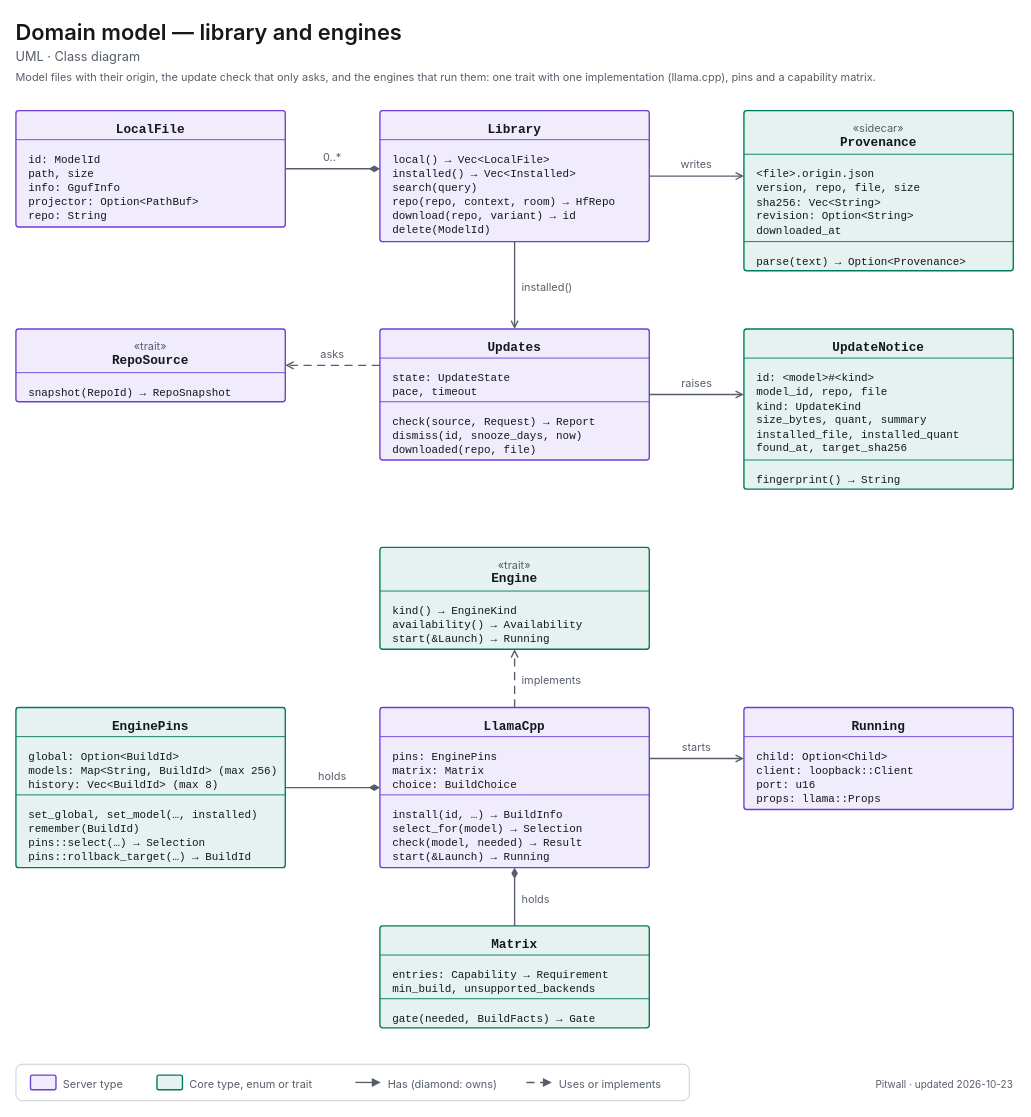
Before: apps/pitwall/docs/diagrams/uml-class-library.drawio in decryp7/paddock, a draw.io diagram. Source tidied: cells renumbered, new cells numbered last; positions are measured from the earlier drawing's top-left corner, leaving out a move shared by most shapes. Both pictures are drawn from the tidied source at 91%, with x=0, y=0 at pixel (15, 15).
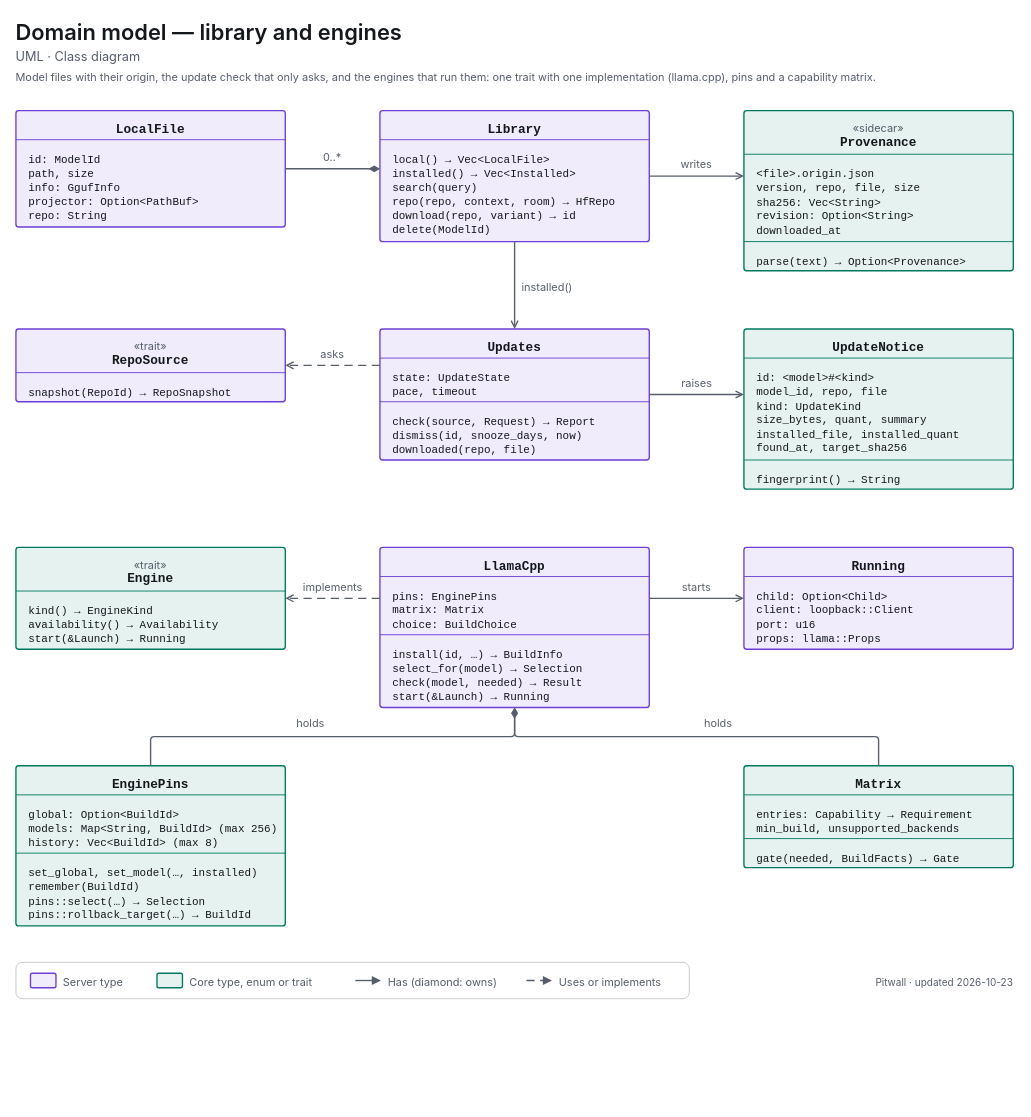
Above is the later version.

Commit message (it also covers changes not shown here):
docs: re-lay out the library class diagram after the engine removals; screenshot capture resets horizontal scroll

Change to the diagram source:
```diff
@@
     <mxCell id="29" value="&lt;span style=&quot;font-size:12px;color:light-dark(#565E6B,#A0A7B2)&quot;&gt;«trait»&lt;/span&gt;&lt;br&gt;&lt;span style=&quot;font-size:14px;font-weight:600;font-family:ui-monospace,SF Mono,Cascadia Mono,Consolas,monospace&quot;&gt;Engine&lt;/span&gt;" style="html=1;whiteSpace=wrap;fontFamily=-apple-system,BlinkMacSystemFont,Segoe UI,system-ui,sans-serif;fontSize=12;fontColor=light-dark(#14171C,#ECEEF1);rounded=1;absoluteArcSize=1;arcSize=6;strokeWidth=1.5;strokeColor=light-dark(#007A5E,#2EC4A0);fillColor=light-dark(#E6F2EF,#193330);align=center;verticalAlign=top;spacingTop=6;" parent="1" vertex="1">
-      <mxGeometry x="400" y="584" width="296" height="112" as="geometry" />
+      <mxGeometry y="584" width="296" height="112" as="geometry" />
     </mxCell>
     <mxCell id="30" style="endArrow=none;html=1;strokeWidth=1;strokeColor=light-dark(#007A5E,#2EC4A0);" parent="1" edge="1">
       <mxGeometry relative="1" as="geometry">
-        <mxPoint x="400" y="632" as="sourcePoint" />
-        <mxPoint x="696" y="632" as="targetPoint" />
+        <mxPoint y="632" as="sourcePoint" />
+        <mxPoint x="296" y="632" as="targetPoint" />
       </mxGeometry>
     </mxCell>
     <mxCell id="31" value="&lt;span style=&quot;font-family:ui-monospace,SF Mono,Cascadia Mono,Consolas,monospace;font-size:12px&quot;&gt;kind()&amp;nbsp;→&amp;nbsp;EngineKind&lt;br&gt;availability()&amp;nbsp;→&amp;nbsp;Availability&lt;br&gt;start(&amp;amp;Launch)&amp;nbsp;→&amp;nbsp;Running&lt;/span&gt;" style="html=1;whiteSpace=wrap;fontFamily=-apple-system,BlinkMacSystemFont,Segoe UI,system-ui,sans-serif;fontSize=12;fontColor=light-dark(#14171C,#ECEEF1);text;strokeColor=none;fillColor=none;align=left;verticalAlign=top;spacingLeft=12;spacingTop=8;" parent="1" vertex="1">
-      <mxGeometry x="400" y="632" width="296" height="64" as="geometry" />
+      <mxGeometry y="632" width="296" height="64" as="geometry" />
     </mxCell>
     <mxCell id="32" value="&lt;span style=&quot;font-size:14px;font-weight:600;font-family:ui-monospace,SF Mono,Cascadia Mono,Consolas,monospace&quot;&gt;EnginePins&lt;/span&gt;" style="html=1;whiteSpace=wrap;fontFamily=-apple-system,BlinkMacSystemFont,Segoe UI,system-ui,sans-serif;fontSize=12;fontColor=light-dark(#14171C,#ECEEF1);rounded=1;absoluteArcSize=1;arcSize=6;strokeWidth=1.5;strokeColor=light-dark(#007A5E,#2EC4A0);fillColor=light-dark(#E6F2EF,#193330);align=center;verticalAlign=top;spacingTop=6;" parent="1" vertex="1">
-      <mxGeometry y="760" width="296" height="176" as="geometry" />
+      <mxGeometry y="824" width="296" height="176" as="geometry" />
     </mxCell>
     <mxCell id="33" style="endArrow=none;html=1;strokeWidth=1;strokeColor=light-dark(#007A5E,#2EC4A0);" parent="1" edge="1">
       <mxGeometry relative="1" as="geometry">
-        <mxPoint y="792" as="sourcePoint" />
-        <mxPoint x="296" y="792" as="targetPoint" />
+        <mxPoint y="856" as="sourcePoint" />
+        <mxPoint x="296" y="856" as="targetPoint" />
       </mxGeometry>
     </mxCell>
     <mxCell id="34" value="&lt;span style=&quot;font-family:ui-monospace,SF Mono,Cascadia Mono,Consolas,monospace;font-size:12px&quot;&gt;global:&amp;nbsp;Option&amp;lt;BuildId&amp;gt;&lt;br&gt;models:&amp;nbsp;Map&amp;lt;String,&amp;nbsp;BuildId&amp;gt;&amp;nbsp;(max&amp;nbsp;256)&lt;br&gt;history:&amp;nbsp;Vec&amp;lt;BuildId&amp;gt;&amp;nbsp;(max&amp;nbsp;8)&lt;/span&gt;" style="html=1;whiteSpace=wrap;fontFamily=-apple-system,BlinkMacSystemFont,Segoe UI,system-ui,sans-serif;fontSize=12;fontColor=light-dark(#14171C,#ECEEF1);text;strokeColor=none;fillColor=none;align=left;verticalAlign=top;spacingLeft=12;spacingTop=8;" parent="1" vertex="1">
-      <mxGeometry y="792" width="296" height="64" as="geometry" />
+      <mxGeometry y="856" width="296" height="64" as="geometry" />
     </mxCell>
     <mxCell id="35" style="endArrow=none;html=1;strokeWidth=1;strokeColor=light-dark(#007A5E,#2EC4A0);" parent="1" edge="1">
       <mxGeometry relative="1" as="geometry">
-        <mxPoint y="856" as="sourcePoint" />
-        <mxPoint x="296" y="856" as="targetPoint" />
+        <mxPoint y="920" as="sourcePoint" />
+        <mxPoint x="296" y="920" as="targetPoint" />
       </mxGeometry>
     </mxCell>
     <mxCell id="36" value="&lt;span style=&quot;font-family:ui-monospace,SF Mono,Cascadia Mono,Consolas,monospace;font-size:12px&quot;&gt;set_global,&amp;nbsp;set_model(…,&amp;nbsp;installed)&lt;br&gt;remember(BuildId)&lt;br&gt;pins::select(…)&amp;nbsp;→&amp;nbsp;Selection&lt;br&gt;pins::rollback_target(…)&amp;nbsp;→&amp;nbsp;BuildId&lt;/span&gt;" style="html=1;whiteSpace=wrap;fontFamily=-apple-system,BlinkMacSystemFont,Segoe UI,system-ui,sans-serif;fontSize=12;fontColor=light-dark(#14171C,#ECEEF1);text;strokeColor=none;fillColor=none;align=left;verticalAlign=top;spacingLeft=12;spacingTop=8;" parent="1" vertex="1">
-      <mxGeometry y="856" width="296" height="80" as="geometry" />
+      <mxGeometry y="920" width="296" height="80" as="geometry" />
     </mxCell>
     <mxCell id="37" value="&lt;span style=&quot;font-size:14px;font-weight:600;font-family:ui-monospace,SF Mono,Cascadia Mono,Consolas,monospace&quot;&gt;LlamaCpp&lt;/span&gt;" style="html=1;whiteSpace=wrap;fontFamily=-apple-system,BlinkMacSystemFont,Segoe UI,system-ui,sans-serif;fontSize=12;fontColor=light-dark(#14171C,#ECEEF1);rounded=1;absoluteArcSize=1;arcSize=6;strokeWidth=1.5;strokeColor=light-dark(#6D3FD6,#A58BFA);fillColor=light-dark(#F0ECFB,#2C2A3F);align=center;verticalAlign=top;spacingTop=6;" parent="1" vertex="1">
-      <mxGeometry x="400" y="760" width="296" height="176" as="geometry" />
+      <mxGeometry x="400" y="584" width="296" height="176" as="geometry" />
     </mxCell>
     <mxCell id="38" style="endArrow=none;html=1;strokeWidth=1;strokeColor=light-dark(#6D3FD6,#A58BFA);" parent="1" edge="1">
       <mxGeometry relative="1" as="geometry">
-        <mxPoint x="400" y="792" as="sourcePoint" />
-        <mxPoint x="696" y="792" as="targetPoint" />
+        <mxPoint x="400" y="616" as="sourcePoint" />
+        <mxPoint x="696" y="616" as="targetPoint" />
       </mxGeometry>
     </mxCell>
     <mxCell id="39" value="&lt;span style=&quot;font-family:ui-monospace,SF Mono,Cascadia Mono,Consolas,monospace;font-size:12px&quot;&gt;pins:&amp;nbsp;EnginePins&lt;br&gt;matrix:&amp;nbsp;Matrix&lt;br&gt;choice:&amp;nbsp;BuildChoice&lt;/span&gt;" style="html=1;whiteSpace=wrap;fontFamily=-apple-system,BlinkMacSystemFont,Segoe UI,system-ui,sans-serif;fontSize=12;fontColor=light-dark(#14171C,#ECEEF1);text;strokeColor=none;fillColor=none;align=left;verticalAlign=top;spacingLeft=12;spacingTop=8;" parent="1" vertex="1">
-      <mxGeometry x="400" y="792" width="296" height="64" as="geometry" />
+      <mxGeometry x="400" y="616" width="296" height="64" as="geometry" />
     </mxCell>
     <mxCell id="40" style="endArrow=none;html=1;strokeWidth=1;strokeColor=light-dark(#6D3FD6,#A58BFA);" parent="1" edge="1">
       <mxGeometry relative="1" as="geometry">
-        <mxPoint x="400" y="856" as="sourcePoint" />
-        <mxPoint x="696" y="856" as="targetPoint" />
+        <mxPoint x="400" y="680" as="sourcePoint" />
+        <mxPoint x="696" y="680" as="targetPoint" />
       </mxGeometry>
     </mxCell>
     <mxCell id="41" value="&lt;span style=&quot;font-family:ui-monospace,SF Mono,Cascadia Mono,Consolas,monospace;font-size:12px&quot;&gt;install(id,&amp;nbsp;…)&amp;nbsp;→&amp;nbsp;BuildInfo&lt;br&gt;select_for(model)&amp;nbsp;→&amp;nbsp;Selection&lt;br&gt;check(model,&amp;nbsp;needed)&amp;nbsp;→&amp;nbsp;Result&lt;br&gt;start(&amp;amp;Launch)&amp;nbsp;→&amp;nbsp;Running&lt;/span&gt;" style="html=1;whiteSpace=wrap;fontFamily=-apple-system,BlinkMacSystemFont,Segoe UI,system-ui,sans-serif;fontSize=12;fontColor=light-dark(#14171C,#ECEEF1);text;strokeColor=none;fillColor=none;align=left;verticalAlign=top;spacingLeft=12;spacingTop=8;" parent="1" vertex="1">
-      <mxGeometry x="400" y="856" width="296" height="80" as="geometry" />
+      <mxGeometry x="400" y="680" width="296" height="80" as="geometry" />
     </mxCell>
     <mxCell id="42" value="&lt;span style=&quot;font-size:14px;font-weight:600;font-family:ui-monospace,SF Mono,Cascadia Mono,Consolas,monospace&quot;&gt;Running&lt;/span&gt;" style="html=1;whiteSpace=wrap;fontFamily=-apple-system,BlinkMacSystemFont,Segoe UI,system-ui,sans-serif;fontSize=12;fontColor=light-dark(#14171C,#ECEEF1);rounded=1;absoluteArcSize=1;arcSize=6;strokeWidth=1.5;strokeColor=light-dark(#6D3FD6,#A58BFA);fillColor=light-dark(#F0ECFB,#2C2A3F);align=center;verticalAlign=top;spacingTop=6;" parent="1" vertex="1">
-      <mxGeometry x="800" y="760" width="296" height="112" as="geometry" />
+      <mxGeometry x="800" y="584" width="296" height="112" as="geometry" />
     </mxCell>
     <mxCell id="43" style="endArrow=none;html=1;strokeWidth=1;strokeColor=light-dark(#6D3FD6,#A58BFA);" parent="1" edge="1">
       <mxGeometry relative="1" as="geometry">
-        <mxPoint x="800" y="792" as="sourcePoint" />
-        <mxPoint x="1096" y="792" as="targetPoint" />
+        <mxPoint x="800" y="616" as="sourcePoint" />
+        <mxPoint x="1096" y="616" as="targetPoint" />
       </mxGeometry>
     </mxCell>
     <mxCell id="44" value="&lt;span style=&quot;font-family:ui-monospace,SF Mono,Cascadia Mono,Consolas,monospace;font-size:12px&quot;&gt;child:&amp;nbsp;Option&amp;lt;Child&amp;gt;&lt;br&gt;client:&amp;nbsp;loopback::Client&lt;br&gt;port:&amp;nbsp;u16&lt;br&gt;props:&amp;nbsp;llama::Props&lt;/span&gt;" style="html=1;whiteSpace=wrap;fontFamily=-apple-system,BlinkMacSystemFont,Segoe UI,system-ui,sans-serif;fontSize=12;fontColor=light-dark(#14171C,#ECEEF1);text;strokeColor=none;fillColor=none;align=left;verticalAlign=top;spacingLeft=12;spacingTop=8;" parent="1" vertex="1">
-      <mxGeometry x="800" y="792" width="296" height="80" as="geometry" />
+      <mxGeometry x="800" y="616" width="296" height="80" as="geometry" />
     </mxCell>
     <mxCell id="45" value="&lt;span style=&quot;font-size:14px;font-weight:600;font-family:ui-monospace,SF Mono,Cascadia Mono,Consolas,monospace&quot;&gt;Matrix&lt;/span&gt;" style="html=1;whiteSpace=wrap;fontFamily=-apple-system,BlinkMacSystemFont,Segoe UI,system-ui,sans-serif;fontSize=12;fontColor=light-dark(#14171C,#ECEEF1);rounded=1;absoluteArcSize=1;arcSize=6;strokeWidth=1.5;strokeColor=light-dark(#007A5E,#2EC4A0);fillColor=light-dark(#E6F2EF,#193330);align=center;verticalAlign=top;spacingTop=6;" parent="1" vertex="1">
-      <mxGeometry x="400" y="1000" width="296" height="112" as="geometry" />
+      <mxGeometry x="800" y="824" width="296" height="112" as="geometry" />
     </mxCell>
     <mxCell id="46" style="endArrow=none;html=1;strokeWidth=1;strokeColor=light-dark(#007A5E,#2EC4A0);" parent="1" edge="1">
       <mxGeometry relative="1" as="geometry">
-        <mxPoint x="400" y="1032" as="sourcePoint" />
-        <mxPoint x="696" y="1032" as="targetPoint" />
+        <mxPoint x="800" y="856" as="sourcePoint" />
+        <mxPoint x="1096" y="856" as="targetPoint" />
       </mxGeometry>
     </mxCell>
     <mxCell id="47" value="&lt;span style=&quot;font-family:ui-monospace,SF Mono,Cascadia Mono,Consolas,monospace;font-size:12px&quot;&gt;entries:&amp;nbsp;Capability&amp;nbsp;→&amp;nbsp;Requirement&lt;br&gt;min_build,&amp;nbsp;unsupported_backends&lt;/span&gt;" style="html=1;whiteSpace=wrap;fontFamily=-apple-system,BlinkMacSystemFont,Segoe UI,system-ui,sans-serif;fontSize=12;fontColor=light-dark(#14171C,#ECEEF1);text;strokeColor=none;fillColor=none;align=left;verticalAlign=top;spacingLeft=12;spacingTop=8;" parent="1" vertex="1">
-      <mxGeometry x="400" y="1032" width="296" height="48" as="geometry" />
+      <mxGeometry x="800" y="856" width="296" height="48" as="geometry" />
     </mxCell>
     <mxCell id="48" style="endArrow=none;html=1;strokeWidth=1;strokeColor=light-dark(#007A5E,#2EC4A0);" parent="1" edge="1">
       <mxGeometry relative="1" as="geometry">
-        <mxPoint x="400" y="1080" as="sourcePoint" />
-        <mxPoint x="696" y="1080" as="targetPoint" />
+        <mxPoint x="800" y="904" as="sourcePoint" />
+        <mxPoint x="1096" y="904" as="targetPoint" />
       </mxGeometry>
     </mxCell>
     <mxCell id="49" value="&lt;span style=&quot;font-family:ui-monospace,SF Mono,Cascadia Mono,Consolas,monospace;font-size:12px&quot;&gt;gate(needed,&amp;nbsp;BuildFacts)&amp;nbsp;→&amp;nbsp;Gate&lt;/span&gt;" style="html=1;whiteSpace=wrap;fontFamily=-apple-system,BlinkMacSystemFont,Segoe UI,system-ui,sans-serif;fontSize=12;fontColor=light-dark(#14171C,#ECEEF1);text;strokeColor=none;fillColor=none;align=left;verticalAlign=top;spacingLeft=12;spacingTop=8;" parent="1" vertex="1">
-      <mxGeometry x="400" y="1080" width="296" height="32" as="geometry" />
+      <mxGeometry x="800" y="904" width="296" height="32" as="geometry" />
     </mxCell>
@@
-    <mxCell id="60" style="edgeStyle=orthogonalEdgeStyle;rounded=1;arcSize=8;jettySize=auto;html=1;strokeWidth=1.5;strokeColor=light-dark(#565E6B,#A0A7B2);endArrow=open;endFill=0;endSize=6;startArrow=none;startFill=0;startSize=8;dashed=1;dashPattern=6 4;exitX=0.5000;exitY=0.0000;exitDx=0;exitDy=0;exitPerimeter=0;entryX=0.5000;entryY=1.0000;entryDx=0;entryDy=0;entryPerimeter=0;" parent="1" edge="1" source="37" target="29">
+    <mxCell id="60" style="edgeStyle=orthogonalEdgeStyle;rounded=1;arcSize=8;jettySize=auto;html=1;strokeWidth=1.5;strokeColor=light-dark(#565E6B,#A0A7B2);endArrow=open;endFill=0;endSize=6;startArrow=none;startFill=0;startSize=8;dashed=1;dashPattern=6 4;exitX=0.0000;exitY=0.3182;exitDx=0;exitDy=0;exitPerimeter=0;entryX=1.0000;entryY=0.5000;entryDx=0;entryDy=0;entryPerimeter=0;" parent="1" edge="1" source="37" target="29">
       <mxGeometry relative="1" as="geometry" />
     </mxCell>
-    <mxCell id="61" value="&lt;span style=&quot;font-size:12px;font-weight:400&quot;&gt;implements&lt;/span&gt;" style="html=1;whiteSpace=wrap;fontFamily=-apple-system,BlinkMacSystemFont,Segoe UI,system-ui,sans-serif;fontSize=12;fontColor=light-dark(#14171C,#ECEEF1);text;strokeColor=none;fillColor=none;align=left;verticalAlign=top;spacing=0;fontColor=light-dark(#565E6B,#A0A7B2);" parent="1" vertex="1">
-      <mxGeometry x="556" y="719" width="81" height="18" as="geometry" />
+    <mxCell id="61" value="&lt;span style=&quot;font-size:12px;font-weight:400&quot;&gt;implements&lt;/span&gt;" style="html=1;whiteSpace=wrap;fontFamily=-apple-system,BlinkMacSystemFont,Segoe UI,system-ui,sans-serif;fontSize=12;fontColor=light-dark(#14171C,#ECEEF1);text;strokeColor=none;fillColor=none;align=center;verticalAlign=top;spacing=0;fontColor=light-dark(#565E6B,#A0A7B2);" parent="1" vertex="1">
+      <mxGeometry x="308" y="616" width="81" height="18" as="geometry" />
     </mxCell>
-    <mxCell id="62" style="edgeStyle=orthogonalEdgeStyle;rounded=1;arcSize=8;jettySize=auto;html=1;strokeWidth=1.5;strokeColor=light-dark(#565E6B,#A0A7B2);endArrow=none;endFill=0;endSize=6;startArrow=diamondThin;startFill=1;startSize=8;exitX=0.0000;exitY=0.5000;exitDx=0;exitDy=0;exitPerimeter=0;entryX=1.0000;entryY=0.5000;entryDx=0;entryDy=0;entryPerimeter=0;" parent="1" edge="1" source="37" target="32">
+    <mxCell id="62" style="edgeStyle=orthogonalEdgeStyle;rounded=1;arcSize=8;jettySize=auto;html=1;strokeWidth=1.5;strokeColor=light-dark(#565E6B,#A0A7B2);endArrow=none;endFill=0;endSize=6;startArrow=diamondThin;startFill=1;startSize=8;exitX=0.5000;exitY=1.0000;exitDx=0;exitDy=0;exitPerimeter=0;entryX=0.5000;entryY=0.0000;entryDx=0;entryDy=0;entryPerimeter=0;" parent="1" edge="1" source="37" target="32">
       <mxGeometry relative="1" as="geometry" />
     </mxCell>
     <mxCell id="63" value="&lt;span style=&quot;font-size:12px;font-weight:400&quot;&gt;holds&lt;/span&gt;" style="html=1;whiteSpace=wrap;fontFamily=-apple-system,BlinkMacSystemFont,Segoe UI,system-ui,sans-serif;fontSize=12;fontColor=light-dark(#14171C,#ECEEF1);text;strokeColor=none;fillColor=none;align=center;verticalAlign=top;spacing=0;fontColor=light-dark(#565E6B,#A0A7B2);" parent="1" vertex="1">
-      <mxGeometry x="328" y="824" width="40" height="18" as="geometry" />
+      <mxGeometry x="304" y="766" width="40" height="18" as="geometry" />
     </mxCell>
@@
     <mxCell id="65" value="&lt;span style=&quot;font-size:12px;font-weight:400&quot;&gt;starts&lt;/span&gt;" style="html=1;whiteSpace=wrap;fontFamily=-apple-system,BlinkMacSystemFont,Segoe UI,system-ui,sans-serif;fontSize=12;fontColor=light-dark(#14171C,#ECEEF1);text;strokeColor=none;fillColor=none;align=center;verticalAlign=top;spacing=0;fontColor=light-dark(#565E6B,#A0A7B2);" parent="1" vertex="1">
-      <mxGeometry x="723" y="792" width="50" height="18" as="geometry" />
+      <mxGeometry x="723" y="616" width="50" height="18" as="geometry" />
     </mxCell>
@@
-    <mxCell id="67" value="&lt;span style=&quot;font-size:12px;font-weight:400&quot;&gt;holds&lt;/span&gt;" style="html=1;whiteSpace=wrap;fontFamily=-apple-system,BlinkMacSystemFont,Segoe UI,system-ui,sans-serif;fontSize=12;fontColor=light-dark(#14171C,#ECEEF1);text;strokeColor=none;fillColor=none;align=left;verticalAlign=top;spacing=0;fontColor=light-dark(#565E6B,#A0A7B2);" parent="1" vertex="1">
-      <mxGeometry x="556" y="959" width="40" height="18" as="geometry" />
+    <mxCell id="67" value="&lt;span style=&quot;font-size:12px;font-weight:400&quot;&gt;holds&lt;/span&gt;" style="html=1;whiteSpace=wrap;fontFamily=-apple-system,BlinkMacSystemFont,Segoe UI,system-ui,sans-serif;fontSize=12;fontColor=light-dark(#14171C,#ECEEF1);text;strokeColor=none;fillColor=none;align=center;verticalAlign=top;spacing=0;fontColor=light-dark(#565E6B,#A0A7B2);" parent="1" vertex="1">
+      <mxGeometry x="752" y="766" width="40" height="18" as="geometry" />
     </mxCell>
     <mxCell id="68" style="rounded=1;absoluteArcSize=1;arcSize=14;strokeWidth=1;strokeColor=light-dark(#C4C7CD,#353A42);fillColor=none;" parent="1" vertex="1">
-      <mxGeometry y="1152" width="740" height="40" as="geometry" />
+      <mxGeometry y="1040" width="740" height="40" as="geometry" />
     </mxCell>
     <mxCell id="69" style="rounded=1;absoluteArcSize=1;arcSize=4;strokeWidth=1.5;strokeColor=light-dark(#6D3FD6,#A58BFA);fillColor=light-dark(#F0ECFB,#2C2A3F);" parent="1" vertex="1">
-      <mxGeometry x="16" y="1164" width="28" height="16" as="geometry" />
+      <mxGeometry x="16" y="1052" width="28" height="16" as="geometry" />
     </mxCell>
     <mxCell id="70" value="&lt;span style=&quot;font-size:12px;font-weight:400&quot;&gt;Server type&lt;/span&gt;" style="html=1;whiteSpace=wrap;fontFamily=-apple-system,BlinkMacSystemFont,Segoe UI,system-ui,sans-serif;fontSize=12;fontColor=light-dark(#14171C,#ECEEF1);text;strokeColor=none;fillColor=none;align=left;verticalAlign=top;spacing=0;fontColor=light-dark(#565E6B,#A0A7B2);" parent="1" vertex="1">
-      <mxGeometry x="52" y="1163" width="79" height="18" as="geometry" />
+      <mxGeometry x="52" y="1051" width="79" height="18" as="geometry" />
     </mxCell>
     <mxCell id="71" style="rounded=1;absoluteArcSize=1;arcSize=4;strokeWidth=1.5;strokeColor=light-dark(#007A5E,#2EC4A0);fillColor=light-dark(#E6F2EF,#193330);" parent="1" vertex="1">
-      <mxGeometry x="155" y="1164" width="28" height="16" as="geometry" />
+      <mxGeometry x="155" y="1052" width="28" height="16" as="geometry" />
     </mxCell>
     <mxCell id="72" value="&lt;span style=&quot;font-size:12px;font-weight:400&quot;&gt;Core type, enum or trait&lt;/span&gt;" style="html=1;whiteSpace=wrap;fontFamily=-apple-system,BlinkMacSystemFont,Segoe UI,system-ui,sans-serif;fontSize=12;fontColor=light-dark(#14171C,#ECEEF1);text;strokeColor=none;fillColor=none;align=left;verticalAlign=top;spacing=0;fontColor=light-dark(#565E6B,#A0A7B2);" parent="1" vertex="1">
-      <mxGeometry x="191" y="1163" width="158" height="18" as="geometry" />
+      <mxGeometry x="191" y="1051" width="158" height="18" as="geometry" />
     </mxCell>
     <mxCell id="73" style="edgeStyle=none;rounded=1;html=1;strokeWidth=1.5;strokeColor=light-dark(#565E6B,#A0A7B2);endArrow=block;endFill=1;endSize=6;" parent="1" edge="1">
       <mxGeometry relative="1" as="geometry">
-        <mxPoint x="373" y="1172" as="sourcePoint" />
-        <mxPoint x="401" y="1172" as="targetPoint" />
+        <mxPoint x="373" y="1060" as="sourcePoint" />
+        <mxPoint x="401" y="1060" as="targetPoint" />
       </mxGeometry>
     </mxCell>
     <mxCell id="74" value="&lt;span style=&quot;font-size:12px;font-weight:400&quot;&gt;Has (diamond: owns)&lt;/span&gt;" style="html=1;whiteSpace=wrap;fontFamily=-apple-system,BlinkMacSystemFont,Segoe UI,system-ui,sans-serif;fontSize=12;fontColor=light-dark(#14171C,#ECEEF1);text;strokeColor=none;fillColor=none;align=left;verticalAlign=top;spacing=0;fontColor=light-dark(#565E6B,#A0A7B2);" parent="1" vertex="1">
-      <mxGeometry x="409" y="1163" width="128" height="18" as="geometry" />
+      <mxGeometry x="409" y="1051" width="128" height="18" as="geometry" />
     </mxCell>
     <mxCell id="75" style="edgeStyle=none;rounded=1;html=1;strokeWidth=1.5;strokeColor=light-dark(#565E6B,#A0A7B2);endArrow=block;endFill=1;endSize=6;dashed=1;dashPattern=6 4;" parent="1" edge="1">
       <mxGeometry relative="1" as="geometry">
-        <mxPoint x="561" y="1172" as="sourcePoint" />
-        <mxPoint x="589" y="1172" as="targetPoint" />
+        <mxPoint x="561" y="1060" as="sourcePoint" />
+        <mxPoint x="589" y="1060" as="targetPoint" />
       </mxGeometry>
     </mxCell>
     <mxCell id="76" value="&lt;span style=&quot;font-size:12px;font-weight:400&quot;&gt;Uses or implements&lt;/span&gt;" style="html=1;whiteSpace=wrap;fontFamily=-apple-system,BlinkMacSystemFont,Segoe UI,system-ui,sans-serif;fontSize=12;fontColor=light-dark(#14171C,#ECEEF1);text;strokeColor=none;fillColor=none;align=left;verticalAlign=top;spacing=0;fontColor=light-dark(#565E6B,#A0A7B2);" parent="1" vertex="1">
-      <mxGeometry x="597" y="1163" width="127" height="18" as="geometry" />
+      <mxGeometry x="597" y="1051" width="127" height="18" as="geometry" />
     </mxCell>
     <mxCell id="77" value="&lt;span style=&quot;font-size:11px;font-weight:400&quot;&gt;Pitwall · updated 2026-10-23&lt;/span&gt;" style="html=1;whiteSpace=wrap;fontFamily=-apple-system,BlinkMacSystemFont,Segoe UI,system-ui,sans-serif;fontSize=12;fontColor=light-dark(#14171C,#ECEEF1);text;strokeColor=none;fillColor=none;align=right;verticalAlign=top;spacing=0;fontColor=light-dark(#565E6B,#A0A7B2);" parent="1" vertex="1">
-      <mxGeometry x="736" y="1163" width="360" height="18" as="geometry" />
+      <mxGeometry x="736" y="1051" width="360" height="18" as="geometry" />
     </mxCell>
```
